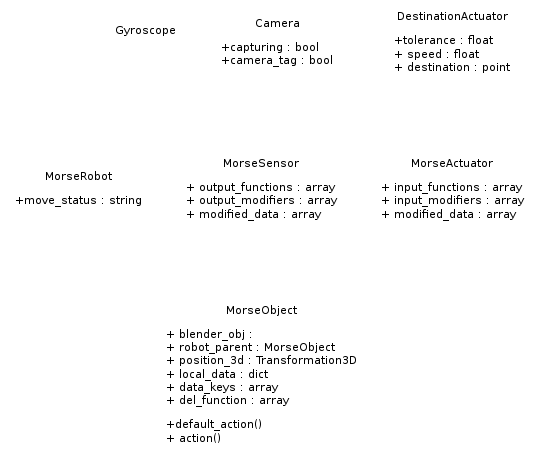
Above: doc/media/morse_uml.png in morse-simulator/morse (Graphviz), before the change. Its source is kept beside it as doc/morse/dev/morse_uml.dot.
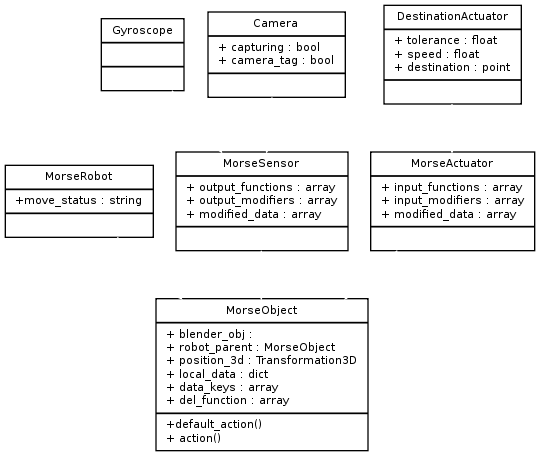
Above is the later version.

Commit message:
Use fillcolor instead of color

Diff of the diagram source:
```diff
@@ -7,7 +7,7 @@
 		fontname = "Bitstream Vera Sans"
 		fontsize = 8
 		shape = "record"
-		color="white"
+		fillcolor="white"
 		style="filled"
 	]
 
```
